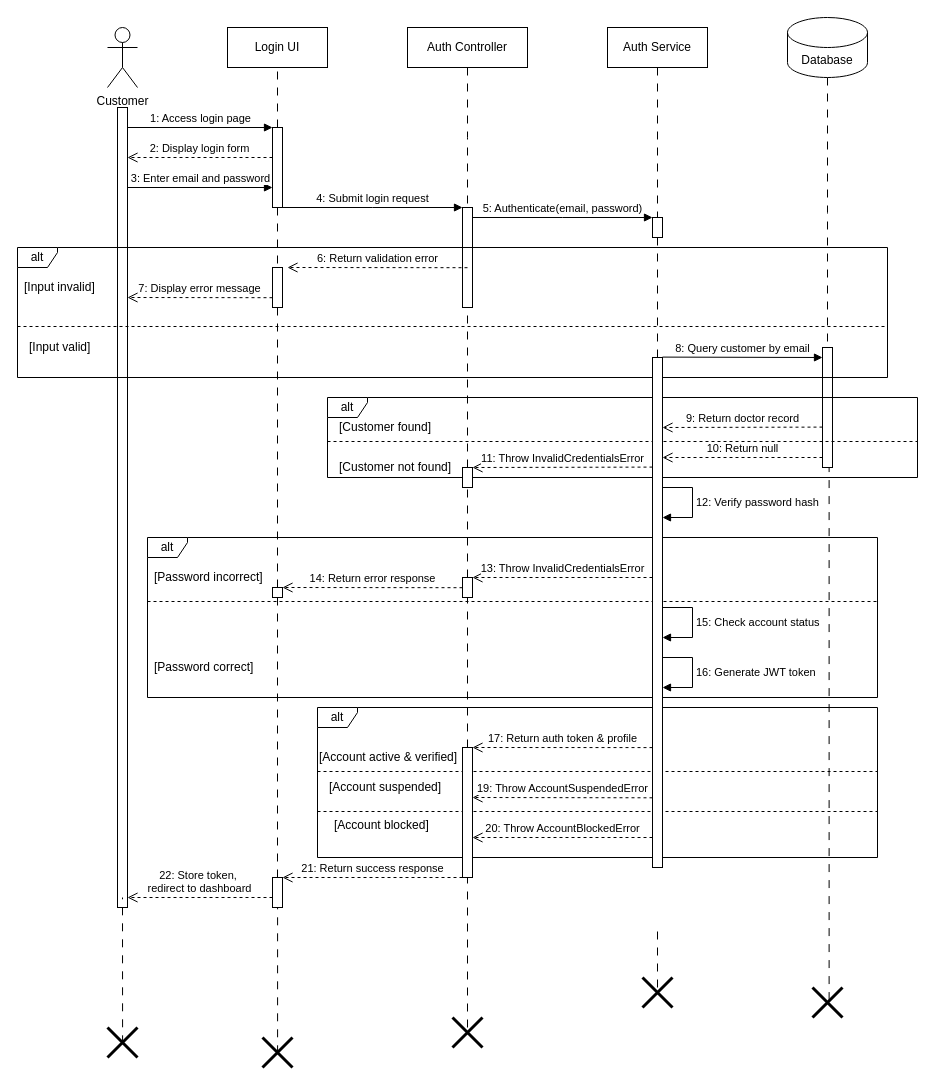
The draw.io diagram InProgress/Sequence Diagram/Branch Admin/login/login-Diagram.drawio in shah541-g/Fyp-Diagrams, before the edit. Source tidied: cells renumbered, new cells numbered last; positions are measured from the earlier drawing's top-left corner, leaving out a move shared by most shapes. Both pictures are drawn from the tidied source at 100%, with x=0, y=0 at pixel (17, 17).
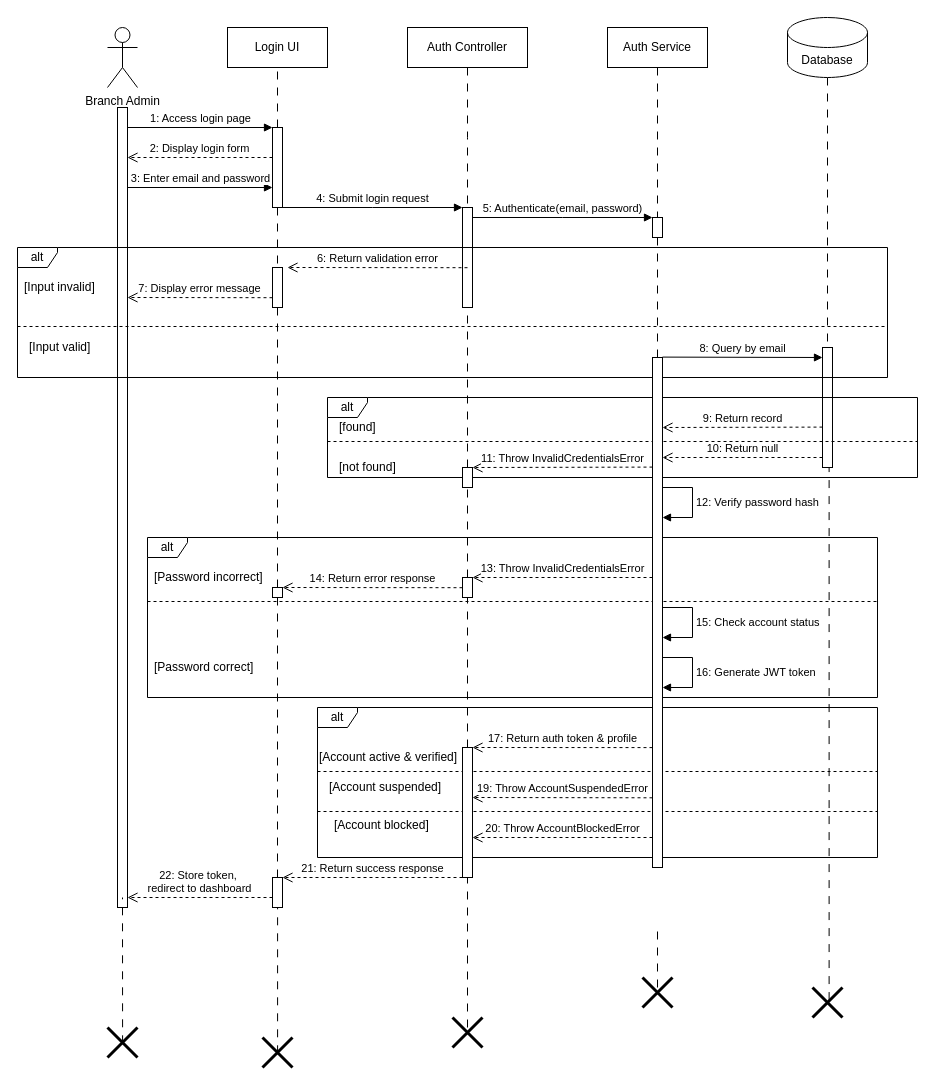
After the change.

Diff of the diagram source:
```diff
@@
-    <mxCell id="2" value="Customer" style="shape=umlActor;verticalLabelPosition=bottom;verticalAlign=top;html=1;" parent="1" vertex="1">
+    <mxCell id="2" value="Branch Admin" style="shape=umlActor;verticalLabelPosition=bottom;verticalAlign=top;html=1;" parent="1" vertex="1">
       <mxGeometry x="90" y="10" width="30" height="60" as="geometry" />
     </mxCell>
@@
-    <mxCell id="26" value="8: Query customer by email" style="html=1;verticalAlign=bottom;endArrow=block;edgeStyle=elbowEdgeStyle;elbow=vertical;curved=0;rounded=0;" parent="1" edge="1">
+    <mxCell id="26" value="8: Query by email" style="html=1;verticalAlign=bottom;endArrow=block;edgeStyle=elbowEdgeStyle;elbow=vertical;curved=0;rounded=0;" parent="1" edge="1">
       <mxGeometry relative="1" as="geometry">
         <mxPoint x="645" y="339.6" as="sourcePoint" />
         <mxPoint x="805" y="339.6" as="targetPoint" />
       </mxGeometry>
     </mxCell>
@@
-    <mxCell id="28" value="[Customer found]" style="text;html=1;align=left;verticalAlign=middle;strokeColor=none;fillColor=none;" parent="1" vertex="1">
-      <mxGeometry x="320" y="395" width="120" height="30" as="geometry" />
+    <mxCell id="28" value="[found]" style="text;html=1;align=left;verticalAlign=middle;strokeColor=none;fillColor=none;" parent="1" vertex="1">
+      <mxGeometry x="320" y="395" width="60" height="30" as="geometry" />
     </mxCell>
-    <mxCell id="29" value="9: Return doctor record" style="html=1;verticalAlign=bottom;endArrow=open;dashed=1;endSize=8;edgeStyle=elbowEdgeStyle;elbow=vertical;curved=0;rounded=0;" parent="1" edge="1">
+    <mxCell id="29" value="9: Return record" style="html=1;verticalAlign=bottom;endArrow=open;dashed=1;endSize=8;edgeStyle=elbowEdgeStyle;elbow=vertical;curved=0;rounded=0;" parent="1" edge="1">
       <mxGeometry relative="1" as="geometry">
         <mxPoint x="805" y="409.6" as="sourcePoint" />
         <mxPoint x="645" y="409.6" as="targetPoint" />
       </mxGeometry>
     </mxCell>
@@
-    <mxCell id="31" value="[Customer not found]" style="text;html=1;align=left;verticalAlign=middle;strokeColor=none;fillColor=none;" parent="1" vertex="1">
-      <mxGeometry x="320" y="435" width="140" height="30" as="geometry" />
+    <mxCell id="31" value="[not found]" style="text;html=1;align=left;verticalAlign=middle;strokeColor=none;fillColor=none;" parent="1" vertex="1">
+      <mxGeometry x="320" y="435" width="80" height="30" as="geometry" />
     </mxCell>
```
